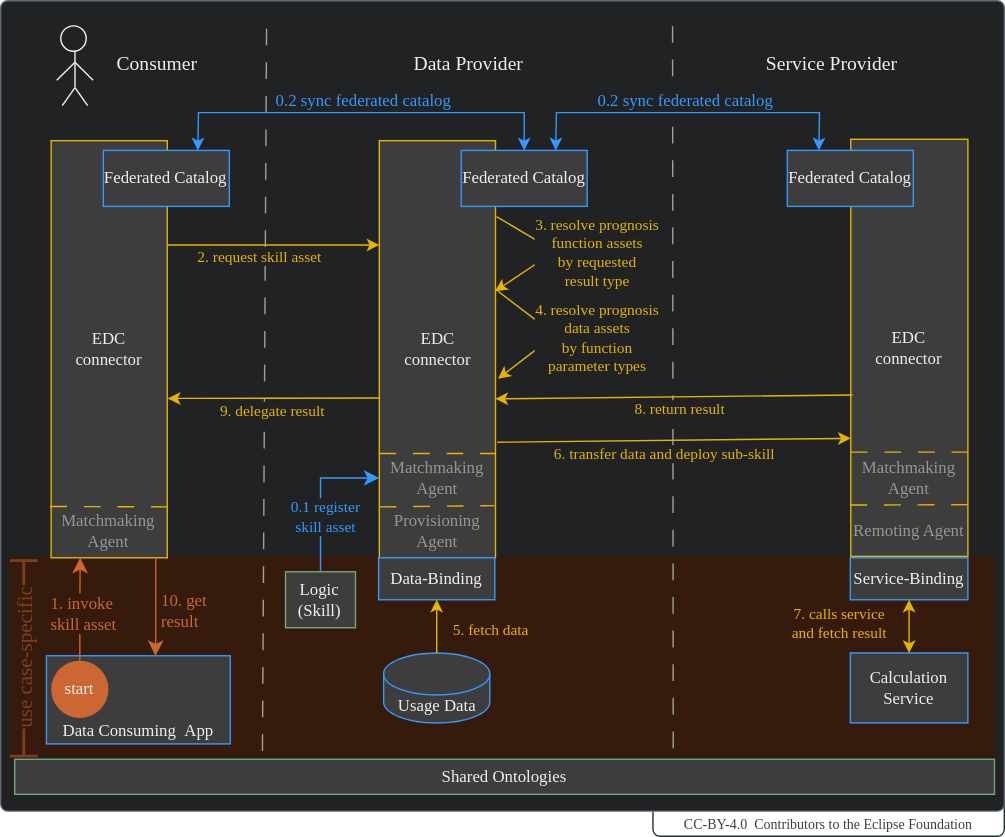
catenax-ng/eclipse-tractusx.github.io keeps this draw.io diagram as docs-kits/kits/behaviour-twin-kit/adoption-view/assets/business-process.drawio.svg. Above is the earlier version. Source tidied: cells renumbered, new cells last; positions are measured from the earlier drawing's top-left corner, leaving out a move shared by most shapes.
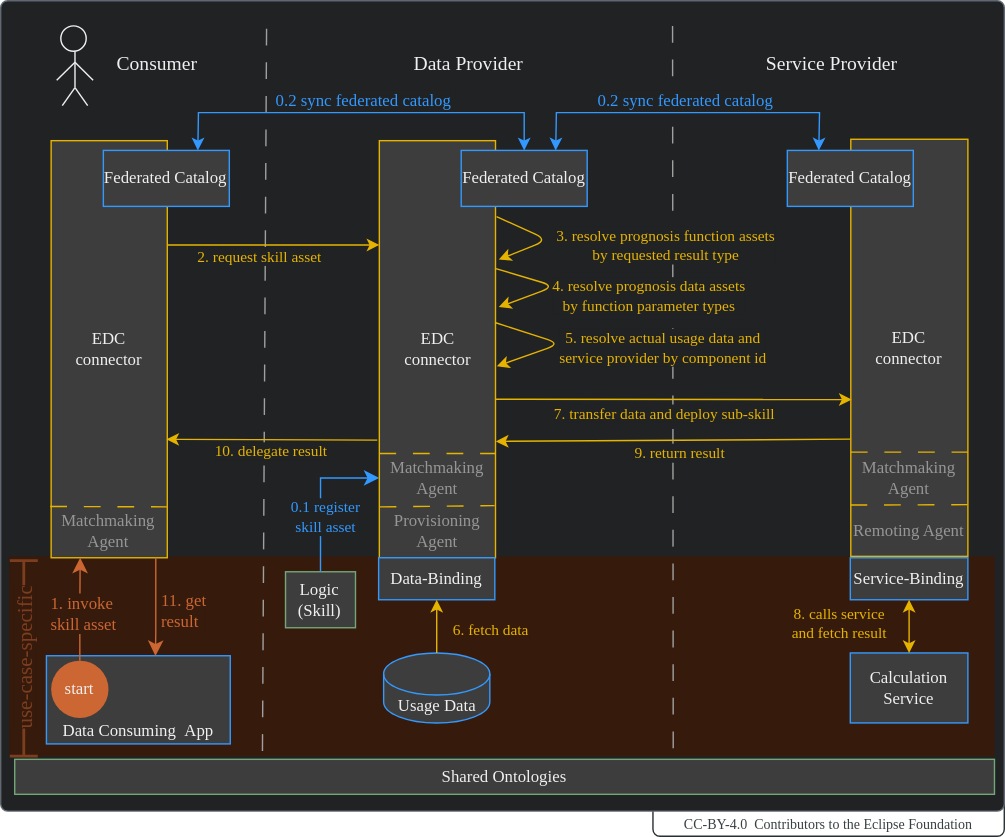
After the commit.

The edit, as a diff of the source:
```diff
@@ -144,7 +144,7 @@
     <mxCell id="36" style="endArrow=classic;html=1;strokeColor=#E6B400;fontColor=#F0F0F0;exitX=0.5;exitY=0;exitDx=0;exitDy=0;exitPerimeter=0;entryX=0.5;entryY=1;entryDx=0;entryDy=0;fontFamily=Manrope;" parent="1" edge="1" source="33" target="29">
       <mxGeometry relative="1" as="geometry" />
     </mxCell>
-    <mxCell id="37" value="&lt;font face=&quot;Manrope&quot;&gt;5. fetch data&lt;/font&gt;" style="edgeLabel;html=1;align=center;verticalAlign=middle;fontColor=#E6B400;labelBackgroundColor=#361B0D;fontFamily=Manrope;" parent="36" vertex="1">
+    <mxCell id="37" value="&lt;font face=&quot;Manrope&quot;&gt;6. fetch data&lt;/font&gt;" style="edgeLabel;html=1;align=center;verticalAlign=middle;fontColor=#E6B400;labelBackgroundColor=#361B0D;fontFamily=Manrope;" parent="36" vertex="1">
       <mxGeometry x="0.41" y="-1" relative="1" as="geometry">
         <mxPoint x="37" y="11" as="offset" />
       </mxGeometry>
@@ -152,56 +152,56 @@
     <mxCell id="38" value="&lt;font style=&quot;font-size: 12px;&quot; face=&quot;Manrope&quot;&gt;Logic&lt;br&gt;(Skill)&lt;br&gt;&lt;/font&gt;" style="rounded=0;whiteSpace=wrap;html=1;strokeColor=#74A678;fillColor=#3D3D3D;fillStyle=solid;fontColor=#F0F0F0;fontFamily=Manrope;" parent="1" vertex="1">
       <mxGeometry x="256.5" y="408" width="50" height="40" as="geometry" />
     </mxCell>
-    <mxCell id="39" value="&lt;font face=&quot;Manrope&quot; color=&quot;#7d3e1f&quot; style=&quot;background-color: rgb(54, 27, 13); font-size: 15px;&quot;&gt;&amp;nbsp;use case-specific&amp;nbsp;&lt;/font&gt;" style="shape=crossbar;whiteSpace=wrap;html=1;rounded=1;labelBackgroundColor=#361B0D;strokeColor=#7D3E1F;fontColor=#F0F0F0;fillColor=#69341A;rotation=-90;strokeWidth=2;fontFamily=Manrope;" parent="1" vertex="1">
+    <mxCell id="39" value="&lt;font face=&quot;Manrope&quot; color=&quot;#7d3e1f&quot; style=&quot;background-color: rgb(54, 27, 13); font-size: 15px;&quot;&gt;&amp;nbsp;use-case-specific&amp;nbsp;&lt;/font&gt;" style="shape=crossbar;whiteSpace=wrap;html=1;rounded=1;labelBackgroundColor=#361B0D;strokeColor=#7D3E1F;fontColor=#F0F0F0;fillColor=#69341A;rotation=-90;strokeWidth=2;fontFamily=Manrope;" parent="1" vertex="1">
       <mxGeometry x="-0.4" y="459.9" width="139.7" height="20" as="geometry" />
     </mxCell>
-    <mxCell id="40" style="endArrow=classic;html=1;fontColor=#E6B400;exitX=1.009;exitY=0.182;exitDx=0;exitDy=0;entryX=0.996;entryY=0.361;entryDx=0;entryDy=0;strokeColor=#E6B400;entryPerimeter=0;exitPerimeter=0;fontFamily=Manrope;" parent="1" edge="1" source="11" target="11">
+    <mxCell id="40" style="endArrow=classic;html=1;fontColor=#E6B400;exitX=1.009;exitY=0.182;exitDx=0;exitDy=0;entryX=1.028;entryY=0.285;entryDx=0;entryDy=0;strokeColor=#E6B400;entryPerimeter=0;exitPerimeter=0;fontFamily=Manrope;" parent="1" edge="1" source="11" target="11">
       <mxGeometry relative="1" as="geometry">
         <Array as="points">
-          <mxPoint x="449" y="179" />
+          <mxPoint x="444" y="171" />
         </Array>
       </mxGeometry>
     </mxCell>
-    <mxCell id="41" value="&lt;font face=&quot;Manrope&quot;&gt;3. resolve prognosis&lt;br&gt;function assets&lt;br&gt;by requested&lt;br&gt;result type&lt;/font&gt;" style="edgeLabel;html=1;align=center;verticalAlign=middle;labelBackgroundColor=#202224;fontColor=#E6B400;fontFamily=Manrope;" parent="40" vertex="1">
+    <mxCell id="41" value="&lt;font face=&quot;Manrope&quot;&gt;3. resolve prognosis function assets&lt;br&gt;by requested result type&lt;/font&gt;" style="edgeLabel;html=1;align=center;verticalAlign=middle;labelBackgroundColor=#202224;fontColor=#E6B400;fontFamily=Manrope;" parent="40" vertex="1">
       <mxGeometry x="0.35" relative="1" as="geometry">
-        <mxPoint x="45" y="-10" as="offset" />
+        <mxPoint x="95" y="-1" as="offset" />
       </mxGeometry>
     </mxCell>
-    <mxCell id="42" style="endArrow=classic;html=1;fontColor=#E6B400;strokeColor=#E6B400;entryX=1.022;entryY=0.571;entryDx=0;entryDy=0;entryPerimeter=0;exitX=1.022;exitY=0.361;exitDx=0;exitDy=0;exitPerimeter=0;fontFamily=Manrope;" parent="1" edge="1" source="11" target="11">
+    <mxCell id="42" style="endArrow=classic;html=1;fontColor=#E6B400;strokeColor=#E6B400;entryX=1.028;entryY=0.399;entryDx=0;entryDy=0;entryPerimeter=0;fontFamily=Manrope;exitX=0.995;exitY=0.306;exitDx=0;exitDy=0;exitPerimeter=0;" parent="1" edge="1" source="11" target="11">
       <mxGeometry relative="1" as="geometry">
         <Array as="points">
-          <mxPoint x="449.2" y="238.8" />
+          <mxPoint x="449" y="204" />
         </Array>
       </mxGeometry>
     </mxCell>
-    <mxCell id="43" value="&lt;font face=&quot;Manrope&quot;&gt;4. resolve prognosis&lt;br&gt;data assets&lt;br&gt;by function&lt;br&gt;parameter types&lt;/font&gt;" style="edgeLabel;html=1;align=center;verticalAlign=middle;labelBackgroundColor=#202224;fontColor=#E6B400;fontFamily=Manrope;" parent="42" vertex="1">
+    <mxCell id="43" value="&lt;font face=&quot;Manrope&quot;&gt;4. resolve prognosis data assets&lt;br&gt;by function parameter types&lt;/font&gt;" style="edgeLabel;html=1;align=center;verticalAlign=middle;labelBackgroundColor=#202224;fontColor=#E6B400;fontFamily=Manrope;" parent="42" vertex="1">
       <mxGeometry x="0.35" relative="1" as="geometry">
-        <mxPoint x="43" y="-9" as="offset" />
+        <mxPoint x="80" y="2" as="offset" />
       </mxGeometry>
     </mxCell>
-    <mxCell id="44" value="&lt;font face=&quot;Manrope&quot;&gt;7. calls service&lt;br&gt;and fetch result&lt;/font&gt;" style="edgeLabel;html=1;align=center;verticalAlign=middle;fontColor=#E6B400;labelBackgroundColor=#361B0D;fontFamily=Manrope;" parent="1" vertex="1">
+    <mxCell id="44" value="&lt;font face=&quot;Manrope&quot;&gt;8. calls service&lt;br&gt;and fetch result&lt;/font&gt;" style="edgeLabel;html=1;align=center;verticalAlign=middle;fontColor=#E6B400;labelBackgroundColor=#361B0D;fontFamily=Manrope;" parent="1" vertex="1">
       <mxGeometry x="651.5" y="445" as="geometry" />
     </mxCell>
-    <mxCell id="45" style="endArrow=classic;html=1;strokeColor=#E6B400;fontColor=#F0F0F0;exitX=0.016;exitY=0.613;exitDx=0;exitDy=0;exitPerimeter=0;fontFamily=Manrope;entryX=0.999;entryY=0.619;entryDx=0;entryDy=0;entryPerimeter=0;" parent="1" edge="1" source="12" target="11">
+    <mxCell id="45" style="endArrow=classic;html=1;strokeColor=#E6B400;fontColor=#F0F0F0;fontFamily=Manrope;entryX=1.003;entryY=0.721;entryDx=0;entryDy=0;entryPerimeter=0;exitX=-0.002;exitY=0.719;exitDx=0;exitDy=0;exitPerimeter=0;" parent="1" edge="1" source="12" target="11">
       <mxGeometry relative="1" as="geometry" />
     </mxCell>
-    <mxCell id="46" value="&lt;font face=&quot;Manrope&quot;&gt;8. return result&lt;/font&gt;" style="edgeLabel;html=1;align=center;verticalAlign=middle;fontColor=#E6B400;labelBackgroundColor=#202224;fontFamily=Manrope;" parent="45" vertex="1">
+    <mxCell id="46" value="&lt;font face=&quot;Manrope&quot;&gt;9. return result&lt;/font&gt;" style="edgeLabel;html=1;align=center;verticalAlign=middle;fontColor=#E6B400;labelBackgroundColor=#202224;fontFamily=Manrope;" parent="45" vertex="1">
       <mxGeometry x="0.41" y="-1" relative="1" as="geometry">
         <mxPoint x="56" y="9" as="offset" />
       </mxGeometry>
     </mxCell>
-    <mxCell id="47" style="endArrow=classic;html=1;strokeColor=#E6B400;fontColor=#F0F0F0;entryX=-0.001;entryY=0.717;entryDx=0;entryDy=0;fontFamily=Manrope;entryPerimeter=0;exitX=1.016;exitY=0.723;exitDx=0;exitDy=0;exitPerimeter=0;" parent="1" edge="1" source="11" target="12">
+    <mxCell id="47" style="endArrow=classic;html=1;strokeColor=#E6B400;fontColor=#F0F0F0;entryX=0.007;entryY=0.624;entryDx=0;entryDy=0;fontFamily=Manrope;entryPerimeter=0;exitX=0.995;exitY=0.62;exitDx=0;exitDy=0;exitPerimeter=0;" parent="1" edge="1" source="11" target="12">
       <mxGeometry relative="1" as="geometry" />
     </mxCell>
-    <mxCell id="48" value="6. transfer data and deploy sub-skill" style="edgeLabel;html=1;align=center;verticalAlign=middle;fontColor=#E6B400;labelBackgroundColor=#202224;fontFamily=Manrope;" parent="47" vertex="1">
+    <mxCell id="48" value="7. transfer data and deploy sub-skill" style="edgeLabel;html=1;align=center;verticalAlign=middle;fontColor=#E6B400;labelBackgroundColor=#202224;fontFamily=Manrope;" parent="47" vertex="1">
       <mxGeometry x="0.41" y="-1" relative="1" as="geometry">
-        <mxPoint x="-59" y="9" as="offset" />
+        <mxPoint x="-60" y="9" as="offset" />
       </mxGeometry>
     </mxCell>
-    <mxCell id="49" style="endArrow=classic;html=1;strokeColor=#E6B400;fontColor=#F0F0F0;entryX=1.005;entryY=0.618;entryDx=0;entryDy=0;entryPerimeter=0;fontFamily=Manrope;exitX=0.007;exitY=0.617;exitDx=0;exitDy=0;exitPerimeter=0;" parent="1" edge="1" source="11" target="10">
+    <mxCell id="49" style="endArrow=classic;html=1;strokeColor=#E6B400;fontColor=#F0F0F0;entryX=0.992;entryY=0.716;entryDx=0;entryDy=0;entryPerimeter=0;fontFamily=Manrope;exitX=-0.018;exitY=0.718;exitDx=0;exitDy=0;exitPerimeter=0;" parent="1" edge="1" source="11" target="10">
       <mxGeometry relative="1" as="geometry" />
     </mxCell>
-    <mxCell id="50" value="&lt;font face=&quot;Manrope&quot;&gt;9. delegate result&lt;/font&gt;" style="edgeLabel;html=1;align=center;verticalAlign=middle;fontColor=#E6B400;labelBackgroundColor=#202224;fontFamily=Manrope;" parent="49" vertex="1">
+    <mxCell id="50" value="&lt;font face=&quot;Manrope&quot;&gt;10. delegate result&lt;/font&gt;" style="edgeLabel;html=1;align=center;verticalAlign=middle;fontColor=#E6B400;labelBackgroundColor=#202224;fontFamily=Manrope;" parent="49" vertex="1">
       <mxGeometry x="0.41" y="-1" relative="1" as="geometry">
         <mxPoint x="29" y="9" as="offset" />
       </mxGeometry>
@@ -254,7 +254,7 @@
         </Array>
       </mxGeometry>
     </mxCell>
-    <mxCell id="63" value="&lt;font face=&quot;Manrope&quot;&gt;10. get&lt;br&gt;result&lt;/font&gt;" style="edgeLabel;html=1;align=left;verticalAlign=middle;fontSize=12;fontColor=#CC6633;labelBackgroundColor=#361B0D;fontFamily=Manrope;" parent="62" vertex="1">
+    <mxCell id="63" value="&lt;font face=&quot;Manrope&quot;&gt;11. get&lt;br&gt;result&lt;/font&gt;" style="edgeLabel;html=1;align=left;verticalAlign=middle;fontSize=12;fontColor=#CC6633;labelBackgroundColor=#361B0D;fontFamily=Manrope;" parent="62" vertex="1">
       <mxGeometry x="-0.72" y="-3" relative="1" as="geometry">
         <mxPoint x="5" y="27" as="offset" />
       </mxGeometry>
@@ -279,5 +279,17 @@
     <mxCell id="69" style="endArrow=none;html=1;fontColor=#969696;exitX=-0.008;exitY=0.877;exitDx=0;exitDy=0;entryX=0.997;entryY=0.878;entryDx=0;entryDy=0;dashed=1;dashPattern=12 12;strokeColor=#E6B400;exitPerimeter=0;entryPerimeter=0;" parent="1" edge="1" source="10" target="10">
       <mxGeometry relative="1" as="geometry" />
     </mxCell>
+    <mxCell id="70" style="endArrow=classic;html=1;fontColor=#E6B400;strokeColor=#E6B400;entryX=1.011;entryY=0.541;entryDx=0;entryDy=0;entryPerimeter=0;fontFamily=Manrope;exitX=0.995;exitY=0.436;exitDx=0;exitDy=0;exitPerimeter=0;" parent="1" edge="1" source="11" target="11">
+      <mxGeometry relative="1" as="geometry">
+        <Array as="points">
+          <mxPoint x="453" y="245" />
+        </Array>
+      </mxGeometry>
+    </mxCell>
+    <mxCell id="71" value="&lt;font face=&quot;Manrope&quot;&gt;5. resolve actual usage data and&lt;br&gt;service provider by component id&lt;/font&gt;" style="edgeLabel;html=1;align=center;verticalAlign=middle;labelBackgroundColor=#202224;fontColor=#E6B400;fontFamily=Manrope;" parent="70" vertex="1">
+      <mxGeometry x="0.35" relative="1" as="geometry">
+        <mxPoint x="88" y="-3" as="offset" />
+      </mxGeometry>
+    </mxCell>
   </root>
 </mxGraphModel>
```
